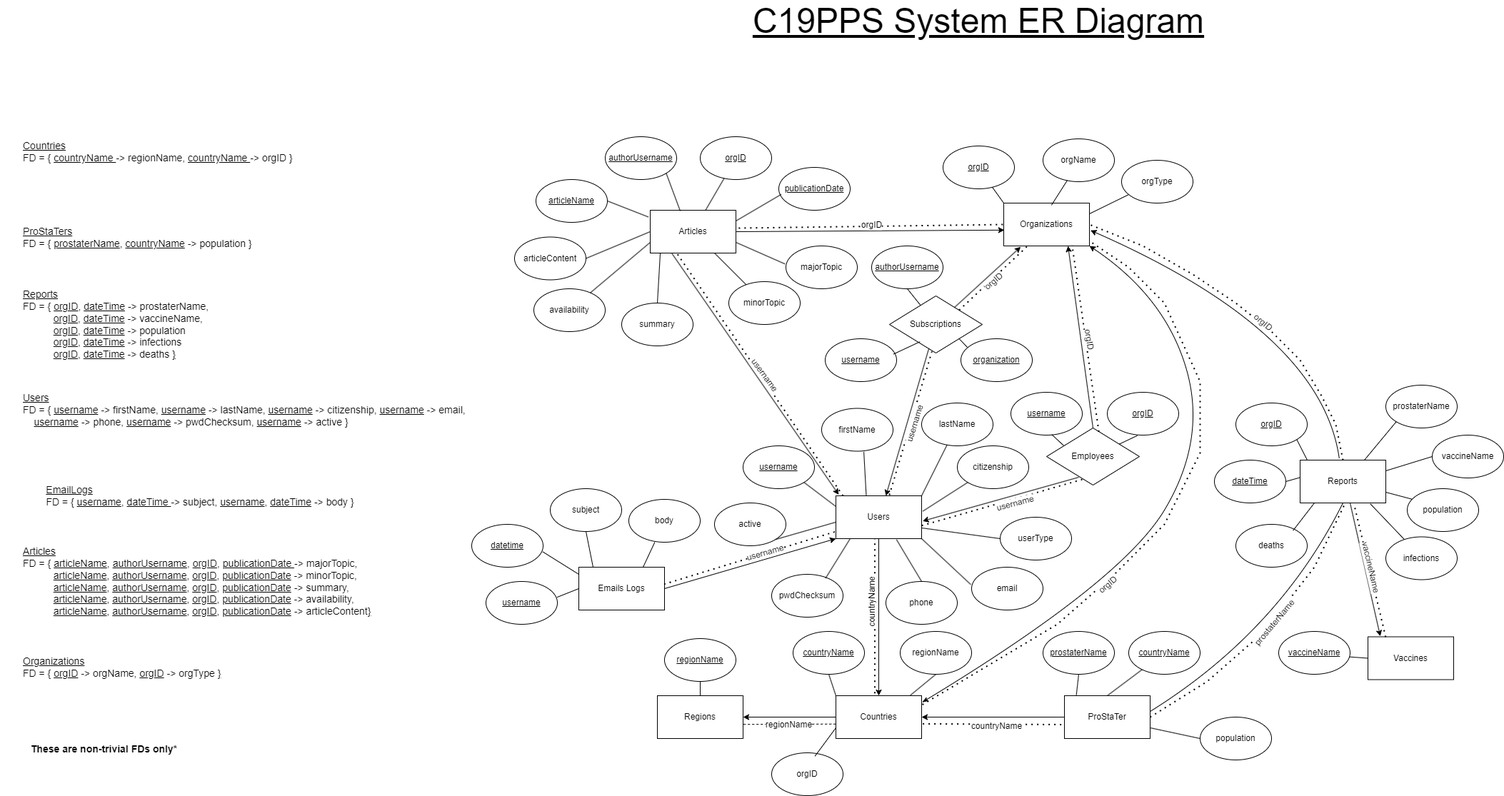
This is ER Diagram v2.5.png from aydinaf/COMP353-Project-C19PPS, a draw.io export, as it was before one commit. Source tidied: cells renumbered, new cells last; positions are measured from the earlier drawing's top-left corner, leaving out a move shared by most shapes.
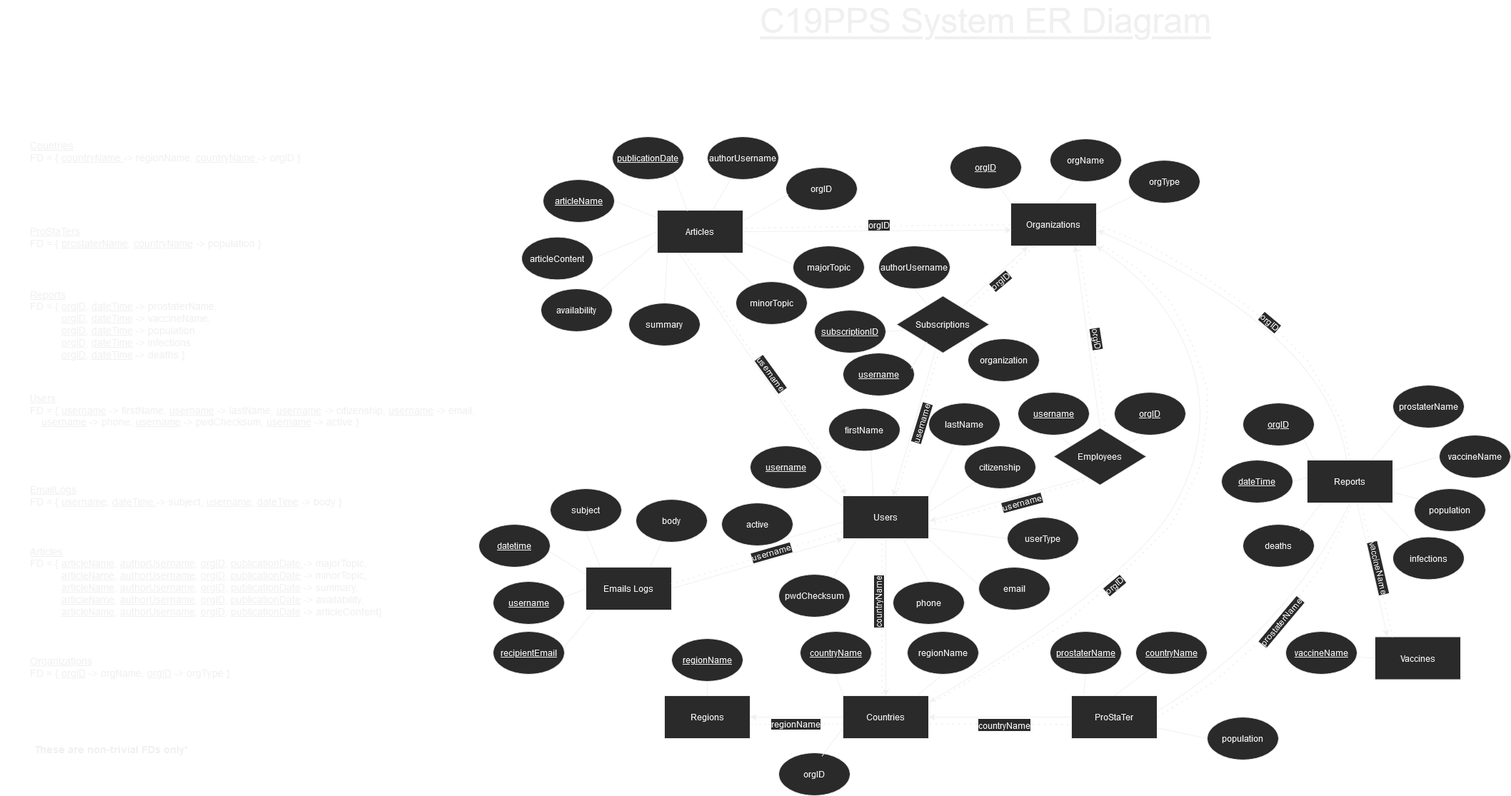
The same file after the commit.

Commit message:
Updates to Subscriptions and EmailLogs

Diff of the diagram source:
```diff
@@ -124,7 +124,7 @@
     <mxCell id="39" value="&lt;u&gt;articleName&lt;/u&gt;" style="ellipse;whiteSpace=wrap;html=1;" parent="1" vertex="1">
       <mxGeometry x="750" y="237" width="100" height="60" as="geometry" />
     </mxCell>
-    <mxCell id="40" value="&lt;u&gt;authorUsername&lt;/u&gt;" style="ellipse;whiteSpace=wrap;html=1;" parent="1" vertex="1">
+    <mxCell id="40" value="&lt;u&gt;publicationDate&lt;/u&gt;" style="ellipse;whiteSpace=wrap;html=1;" parent="1" vertex="1">
       <mxGeometry x="847" y="177" width="100" height="60" as="geometry" />
     </mxCell>
     <mxCell id="41" value="majorTopic" style="ellipse;whiteSpace=wrap;html=1;" parent="1" vertex="1">
@@ -136,7 +136,7 @@
     <mxCell id="43" value="summary" style="ellipse;whiteSpace=wrap;html=1;" parent="1" vertex="1">
       <mxGeometry x="870" y="410" width="100" height="60" as="geometry" />
     </mxCell>
-    <mxCell id="44" value="&lt;u&gt;publicationDate&lt;/u&gt;" style="ellipse;whiteSpace=wrap;html=1;" parent="1" vertex="1">
+    <mxCell id="44" value="orgID" style="ellipse;whiteSpace=wrap;html=1;" parent="1" vertex="1">
       <mxGeometry x="1090" y="220" width="100" height="60" as="geometry" />
     </mxCell>
     <mxCell id="45" value="Organizations" style="rounded=0;whiteSpace=wrap;html=1;" parent="1" vertex="1">
@@ -148,7 +148,7 @@
     <mxCell id="47" value="orgName" style="ellipse;whiteSpace=wrap;html=1;" parent="1" vertex="1">
       <mxGeometry x="1460" y="180" width="100" height="60" as="geometry" />
     </mxCell>
-    <mxCell id="48" value="&lt;u&gt;orgID&lt;/u&gt;" style="ellipse;whiteSpace=wrap;html=1;" parent="1" vertex="1">
+    <mxCell id="48" value="authorUsername" style="ellipse;whiteSpace=wrap;html=1;" parent="1" vertex="1">
       <mxGeometry x="980" y="177" width="100" height="60" as="geometry" />
     </mxCell>
     <mxCell id="49" style="endArrow=none;html=1;rounded=0;entryX=-0.021;entryY=0.158;entryDx=0;entryDy=0;entryPerimeter=0;exitX=1;exitY=0.5;exitDx=0;exitDy=0;" parent="1" edge="1" source="39" target="38">
@@ -196,7 +196,7 @@
     <mxCell id="61" style="endArrow=none;html=1;rounded=0;curved=1;exitX=0;exitY=0;exitDx=0;exitDy=0;" parent="1" edge="1" source="45" target="57">
       <mxGeometry relative="1" as="geometry" />
     </mxCell>
-    <mxCell id="62" style="endArrow=none;html=1;rounded=0;curved=1;entryX=0.341;entryY=0.966;entryDx=0;entryDy=0;exitX=0.557;exitY=0.048;exitDx=0;exitDy=0;exitPerimeter=0;entryPerimeter=0;" parent="1" edge="1" source="45" target="47">
+    <mxCell id="62" style="endArrow=none;html=1;rounded=0;curved=1;entryX=0.341;entryY=0.966;entryDx=0;entryDy=0;exitX=0.542;exitY=-0.033;exitDx=0;exitDy=0;exitPerimeter=0;entryPerimeter=0;" parent="1" edge="1" source="45" target="47">
       <mxGeometry relative="1" as="geometry" />
     </mxCell>
     <mxCell id="63" style="endArrow=none;html=1;rounded=0;curved=1;entryX=0.09;entryY=0.809;entryDx=0;entryDy=0;entryPerimeter=0;exitX=1;exitY=0.25;exitDx=0;exitDy=0;" parent="1" edge="1" source="45" target="46">
@@ -206,15 +206,15 @@
       <mxGeometry x="1245" y="400" width="130" height="80" as="geometry" />
     </mxCell>
     <mxCell id="65" value="&lt;u&gt;username&lt;/u&gt;" style="ellipse;whiteSpace=wrap;html=1;" parent="1" vertex="1">
-      <mxGeometry x="1155" y="460" width="100" height="60" as="geometry" />
+      <mxGeometry x="1170" y="480" width="100" height="60" as="geometry" />
     </mxCell>
     <mxCell id="66" style="endArrow=none;html=1;rounded=0;curved=1;entryX=0.329;entryY=0.802;entryDx=0;entryDy=0;entryPerimeter=0;exitX=0.955;exitY=0.36;exitDx=0;exitDy=0;exitPerimeter=0;" parent="1" edge="1" source="65" target="64">
       <mxGeometry relative="1" as="geometry" />
     </mxCell>
-    <mxCell id="67" value="&lt;u&gt;authorUsername&lt;/u&gt;" style="ellipse;whiteSpace=wrap;html=1;" parent="1" vertex="1">
+    <mxCell id="67" value="&lt;span&gt;authorUsername&lt;/span&gt;" style="ellipse;whiteSpace=wrap;html=1;fontStyle=0;" parent="1" vertex="1">
       <mxGeometry x="1220" y="330" width="100" height="60" as="geometry" />
     </mxCell>
-    <mxCell id="68" value="&lt;u&gt;organization&lt;/u&gt;" style="ellipse;whiteSpace=wrap;html=1;" parent="1" vertex="1">
+    <mxCell id="68" value="&lt;span&gt;organization&lt;/span&gt;" style="ellipse;whiteSpace=wrap;html=1;fontStyle=0;" parent="1" vertex="1">
       <mxGeometry x="1345" y="460" width="100" height="60" as="geometry" />
     </mxCell>
     <mxCell id="69" style="endArrow=none;html=1;rounded=0;curved=1;entryX=0.5;entryY=1;entryDx=0;entryDy=0;" parent="1" edge="1" source="64" target="67">
@@ -314,7 +314,7 @@
       <mxGeometry x="660" y="720" width="100" height="60" as="geometry" />
     </mxCell>
     <mxCell id="97" value="subject" style="ellipse;whiteSpace=wrap;html=1;" parent="1" vertex="1">
-      <mxGeometry x="770" y="670" width="100" height="60" as="geometry" />
+      <mxGeometry x="760" y="670" width="100" height="60" as="geometry" />
     </mxCell>
     <mxCell id="98" value="body" style="ellipse;whiteSpace=wrap;html=1;" parent="1" vertex="1">
       <mxGeometry x="880" y="685" width="100" height="60" as="geometry" />
@@ -322,10 +322,9 @@
     <mxCell id="99" style="endArrow=classic;html=1;rounded=0;fontSize=48;curved=1;entryX=0;entryY=1;entryDx=0;entryDy=0;exitX=1;exitY=0.5;exitDx=0;exitDy=0;" parent="1" edge="1" source="94" target="22">
       <mxGeometry relative="1" as="geometry" />
     </mxCell>
-    <mxCell id="100" style="endArrow=none;html=1;rounded=0;fontSize=48;curved=1;" parent="1" edge="1">
+    <mxCell id="100" style="endArrow=none;html=1;rounded=0;fontSize=48;curved=1;entryX=0.5;entryY=1;entryDx=0;entryDy=0;" parent="1" edge="1" target="97">
       <mxGeometry relative="1" as="geometry">
         <mxPoint x="830" y="780" as="sourcePoint" />
-        <mxPoint x="820" y="730" as="targetPoint" />
       </mxGeometry>
     </mxCell>
     <mxCell id="101" style="endArrow=none;html=1;rounded=0;fontSize=48;curved=1;exitX=0.75;exitY=0;exitDx=0;exitDy=0;entryX=0.363;entryY=1.002;entryDx=0;entryDy=0;entryPerimeter=0;" parent="1" edge="1" source="94" target="98">
@@ -342,7 +341,7 @@
       </mxGeometry>
     </mxCell>
     <mxCell id="104" value="&lt;div style=&quot;text-align: left;&quot;&gt;&lt;span style=&quot;font-size: 14px; background-color: initial;&quot;&gt;&lt;u&gt;EmailLogs&lt;/u&gt;&lt;/span&gt;&lt;/div&gt;&lt;font style=&quot;font-size: 14px;&quot;&gt;FD = { &lt;u&gt;username&lt;/u&gt;, &lt;u&gt;dateTime &lt;/u&gt;-&amp;gt; subject,&amp;nbsp;&lt;u&gt;username&lt;/u&gt;, &lt;u&gt;dateTime&lt;/u&gt; -&amp;gt; body }&lt;/font&gt;" style="text;html=1;strokeColor=none;fillColor=none;align=center;verticalAlign=middle;whiteSpace=wrap;rounded=0;" parent="1" vertex="1">
-      <mxGeometry y="620" width="560" height="120" as="geometry" />
+      <mxGeometry x="-10" y="620" width="520" height="120" as="geometry" />
     </mxCell>
     <mxCell id="105" value="&lt;div style=&quot;&quot;&gt;&lt;span style=&quot;font-size: 14px;&quot;&gt;&lt;u&gt;Countries&lt;/u&gt;&lt;/span&gt;&lt;/div&gt;&lt;font style=&quot;font-size: 14px;&quot;&gt;FD = { &lt;u&gt;countryName &lt;/u&gt;-&amp;gt; regionName, &lt;u&gt;countryName &lt;/u&gt;-&amp;gt; orgID }&lt;/font&gt;" style="text;html=1;strokeColor=none;fillColor=none;align=left;verticalAlign=middle;whiteSpace=wrap;rounded=0;" parent="1" vertex="1">
       <mxGeometry x="30" y="137.5" width="520" height="120" as="geometry" />
@@ -493,9 +492,11 @@
           <mxPoint x="1480" y="860" />
           <mxPoint x="1560" y="790" />
           <mxPoint x="1630" y="720" />
-          <mxPoint x="1680" y="620" />
+          <mxPoint x="1670" y="640" />
           <mxPoint x="1680" y="570" />
-          <mxPoint x="1680" y="520" />
+          <mxPoint x="1680" y="530" />
+          <mxPoint x="1670" y="500" />
+          <mxPoint x="1660" y="470" />
           <mxPoint x="1630" y="410" />
           <mxPoint x="1580" y="360" />
         </Array>
@@ -540,5 +541,17 @@
     <mxCell id="153" style="endArrow=none;html=1;rounded=0;exitX=1;exitY=1;exitDx=0;exitDy=0;entryX=0.003;entryY=0.613;entryDx=0;entryDy=0;entryPerimeter=0;" parent="1" edge="1" source="152" target="22">
       <mxGeometry relative="1" as="geometry" />
     </mxCell>
+    <mxCell id="154" style="endArrow=none;html=1;rounded=0;curved=1;entryX=0.1;entryY=0.6;entryDx=0;entryDy=0;entryPerimeter=0;exitX=1;exitY=0.5;exitDx=0;exitDy=0;" parent="1" edge="1" source="155" target="64">
+      <mxGeometry relative="1" as="geometry" />
+    </mxCell>
+    <mxCell id="155" value="subscriptionID" style="ellipse;whiteSpace=wrap;html=1;fontStyle=4;" parent="1" vertex="1">
+      <mxGeometry x="1130" y="420" width="100" height="60" as="geometry" />
+    </mxCell>
+    <mxCell id="156" value="recipientEmail" style="ellipse;whiteSpace=wrap;html=1;fontStyle=4;" parent="1" vertex="1">
+      <mxGeometry x="680" y="870" width="100" height="60" as="geometry" />
+    </mxCell>
+    <mxCell id="157" style="endArrow=none;html=1;rounded=0;fontSize=48;curved=1;exitX=0.995;exitY=0.369;exitDx=0;exitDy=0;exitPerimeter=0;entryX=0.086;entryY=1.043;entryDx=0;entryDy=0;entryPerimeter=0;" parent="1" edge="1" source="156" target="94">
+      <mxGeometry relative="1" as="geometry" />
+    </mxCell>
   </root>
 </mxGraphModel>
```
